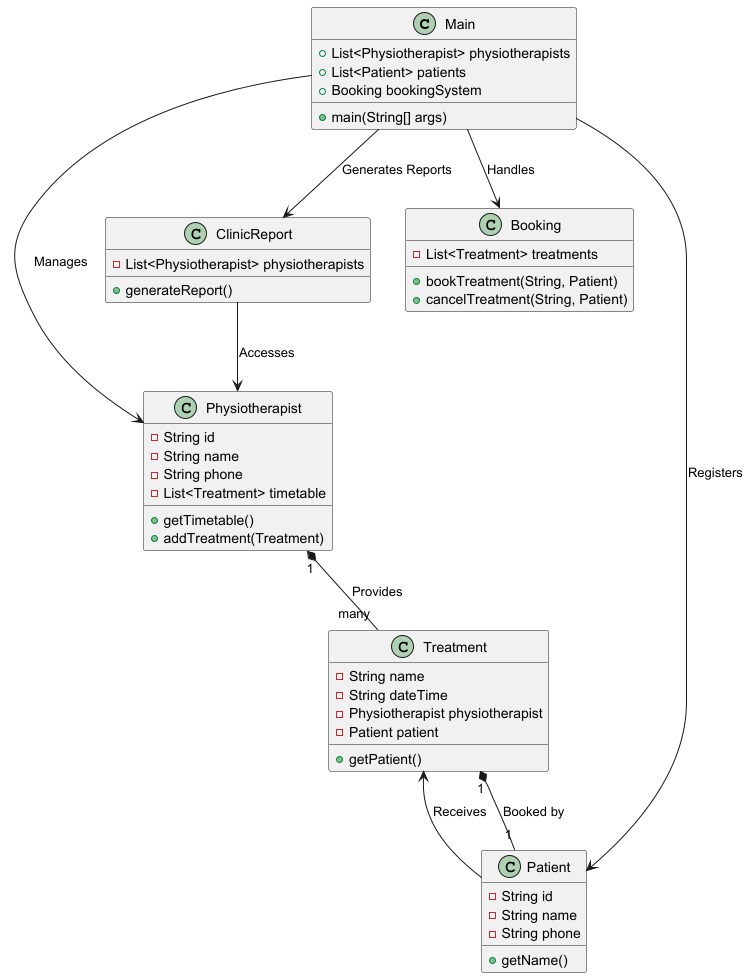
Before: src/main/java/Diagram.png, a diagram exported from PlantUML (tanvirherts/Patient-App-using-Java).
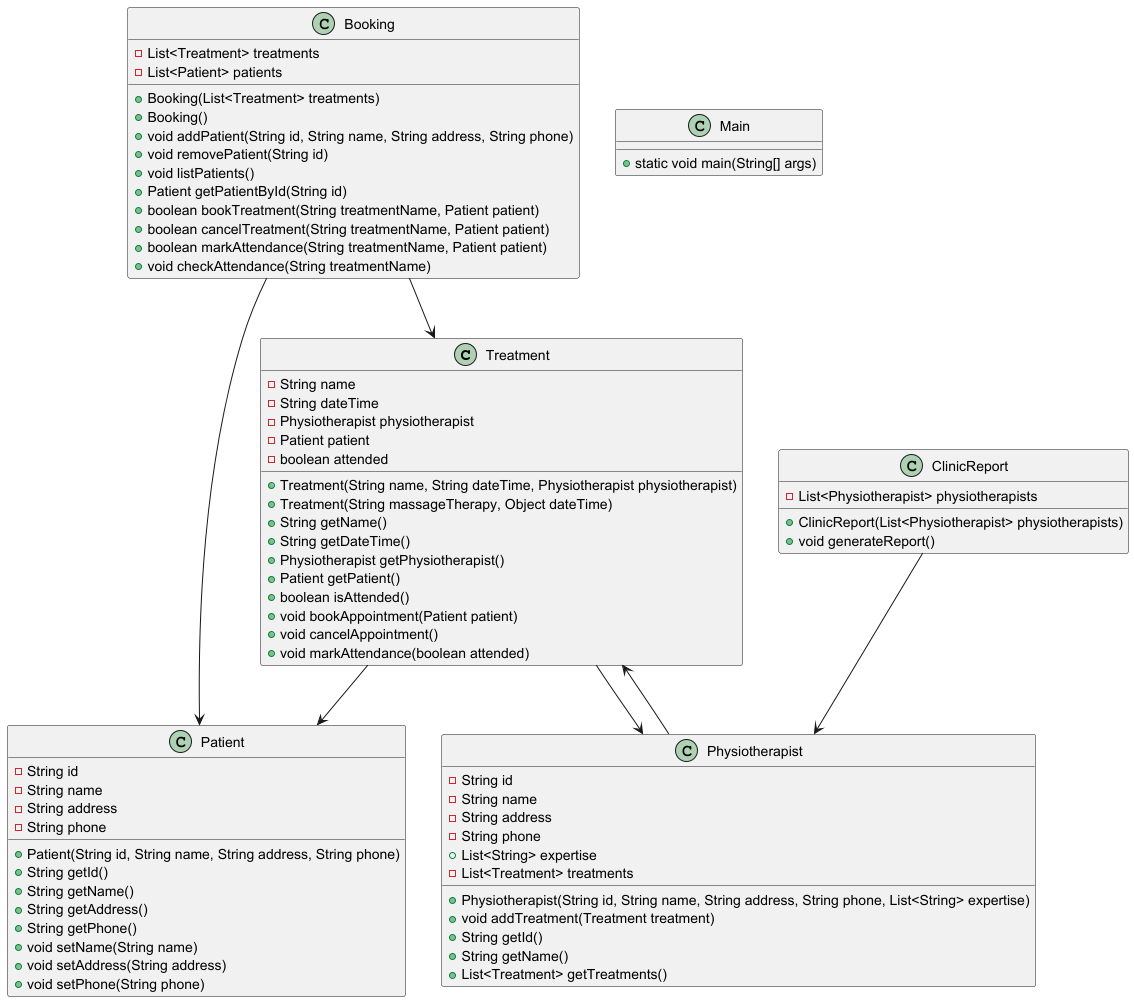
After the change.

The edit, as a diff of the source:
```diff
@@ -1,53 +1,81 @@
 @startuml
-class Main {
-    + List<Physiotherapist> physiotherapists
-    + List<Patient> patients
-    + Booking bookingSystem
-    + main(String[] args)
+class Treatment {
+    - String name
+    - String dateTime
+    - Physiotherapist physiotherapist
+    - Patient patient
+    - boolean attended
+    + Treatment(String name, String dateTime, Physiotherapist physiotherapist)
+    + Treatment(String massageTherapy, Object dateTime)
+    + String getName()
+    + String getDateTime()
+    + Physiotherapist getPhysiotherapist()
+    + Patient getPatient()
+    + boolean isAttended()
+    + void bookAppointment(Patient patient)
+    + void cancelAppointment()
+    + void markAttendance(boolean attended)
+}
+
+class Booking {
+    - List<Treatment> treatments
+    - List<Patient> patients
+    + Booking(List<Treatment> treatments)
+    + Booking()
+    + void addPatient(String id, String name, String address, String phone)
+    + void removePatient(String id)
+    + void listPatients()
+    + Patient getPatientById(String id)
+    + boolean bookTreatment(String treatmentName, Patient patient)
+    + boolean cancelTreatment(String treatmentName, Patient patient)
+    + boolean markAttendance(String treatmentName, Patient patient)
+    + void checkAttendance(String treatmentName)
+}
+
+class Patient {
+    - String id
+    - String name
+    - String address
+    - String phone
+    + Patient(String id, String name, String address, String phone)
+    + String getId()
+    + String getName()
+    + String getAddress()
+    + String getPhone()
+    + void setName(String name)
+    + void setAddress(String address)
+    + void setPhone(String phone)
 }
 
 class Physiotherapist {
     - String id
     - String name
+    - String address
     - String phone
-    - List<Treatment> timetable
-    + getTimetable()
-    + addTreatment(Treatment)
-}
-
-class Treatment {
-    - String name
-    - String dateTime
-    - Physiotherapist physiotherapist
-    - Patient patient
-    + getPatient()
-}
-
-class Patient {
-    - String id
-    - String name
-    - String phone
-    + getName()
-}
-
-class Booking {
+    + List<String> expertise
     - List<Treatment> treatments
-    + bookTreatment(String, Patient)
-    + cancelTreatment(String, Patient)
+    + Physiotherapist(String id, String name, String address, String phone, List<String> expertise)
+    + void addTreatment(Treatment treatment)
+    + String getId()
+    + String getName()
+    + List<Treatment> getTreatments()
 }
 
 class ClinicReport {
     - List<Physiotherapist> physiotherapists
-    + generateReport()
+    + ClinicReport(List<Physiotherapist> physiotherapists)
+    + void generateReport()
 }
 
-Main --> Physiotherapist : "Manages"
-Main --> Patient : "Registers"
-Main --> Booking : "Handles"
-Main --> ClinicReport : "Generates Reports"
+class Main {
+    + static void main(String[] args)
+}
 
-ClinicReport --> Physiotherapist : "Accesses"
-Physiotherapist "1" *-- "many" Treatment : Provides
-Treatment "1" *-- "1" Patient : Booked by
-Patient --> Treatment : Receives
+Treatment --> Physiotherapist
+Treatment --> Patient
+Booking --> Treatment
+Booking --> Patient
+Physiotherapist --> Treatment
+ClinicReport --> Physiotherapist
+
 @enduml
```
